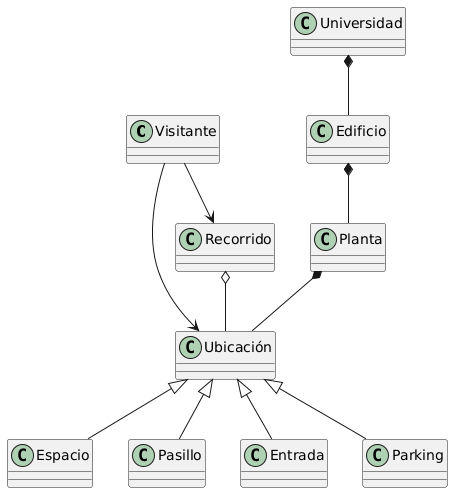
Before: documentos/00-modeloDeDominio/DiagramaDeClases/diagramaDeClases.png, a diagram exported from PlantUML (Camila-Lesly/25-26-idsw1-sdr).
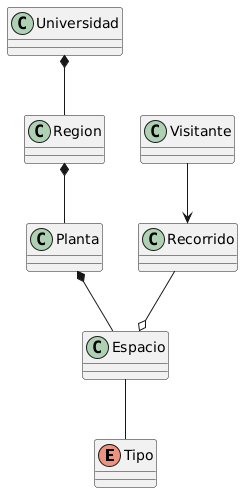
The same file after the commit.

Commit message:
Propuesta de diagrama de clases y objetos

What changed in the source:
```diff
@@ -1,12 +1,11 @@
 @startuml
-Visitante -->  Ubicación
+enum Tipo
+
+Universidad *-- Region
+Region *-- Planta
+Planta *-- Espacio
+Espacio -- Tipo
+
 Visitante --> Recorrido
-Recorrido o-- Ubicación
-Universidad  *-- Edificio
-Edificio *-- Planta
-Planta *-- Ubicación
-Espacio -up-|> Ubicación
-Pasillo -up-|> Ubicación
-Entrada -up-|> Ubicación
-Parking -up-|> Ubicación
+Recorrido --o Espacio
 @enduml
```
